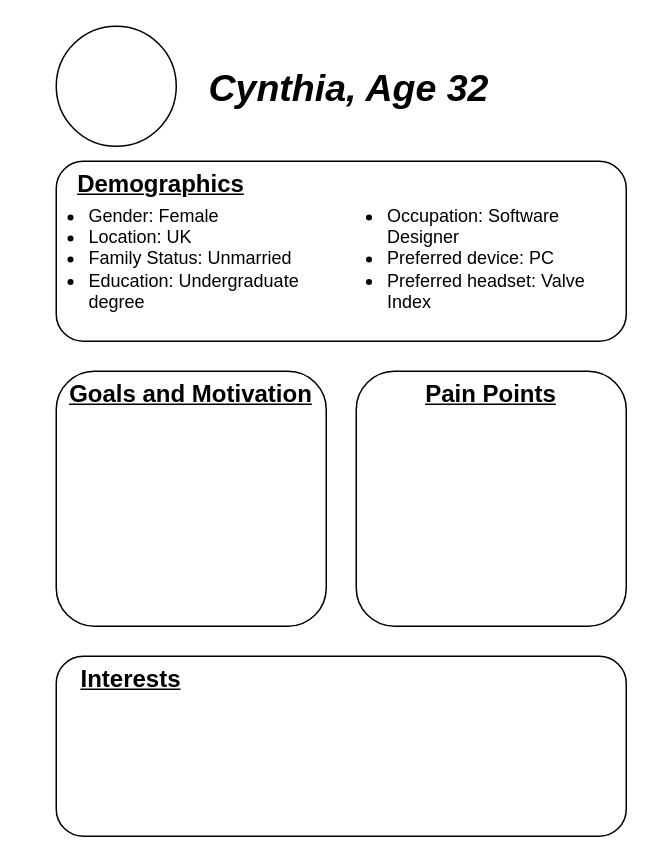
This is Cynthia.drawio from AyOhEe/CSCU9X5-Assignment, a draw.io file, before an edit. Source tidied: cells renumbered, new cells numbered last; positions are measured from the earlier drawing's top-left corner, leaving out a move shared by most shapes. Both pictures are drawn from the tidied source at 150%, with x=0, y=0 at pixel (26, 26).
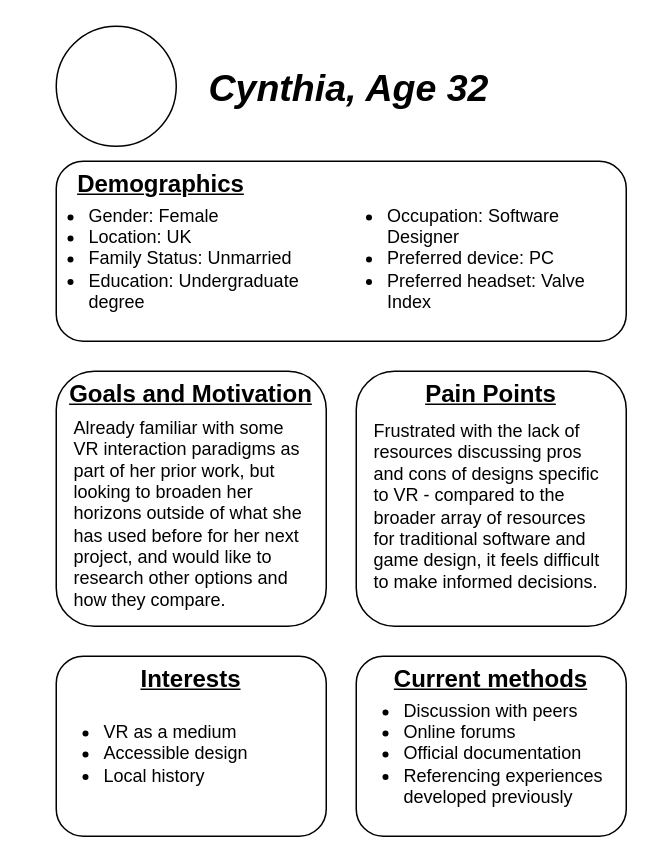
Above is the later version.

Change to the diagram source:
```diff
@@
 <mxGraphModel>
   <root>
     <mxCell id="0" />
     <mxCell id="1" parent="0" />
     <mxCell id="2" style="ellipse;whiteSpace=wrap;html=1;" parent="1" vertex="1">
       <mxGeometry x="20" width="80" height="80" as="geometry" />
     </mxCell>
     <mxCell id="3" value="&lt;font style=&quot;font-size: 25px;&quot;&gt;&lt;i&gt;&lt;b&gt;Cynthia, Age 32&lt;/b&gt;&lt;/i&gt;&lt;/font&gt;" style="text;html=1;whiteSpace=wrap;strokeColor=none;fillColor=none;align=left;verticalAlign=middle;rounded=0;" parent="1" vertex="1">
       <mxGeometry x="120" y="10" width="280" height="60" as="geometry" />
     </mxCell>
     <mxCell id="4" style="rounded=1;whiteSpace=wrap;html=1;" parent="1" vertex="1">
       <mxGeometry x="20" y="90" width="380" height="120" as="geometry" />
     </mxCell>
     <mxCell id="5" value="&lt;font style=&quot;font-size: 16px;&quot;&gt;Demographics&lt;/font&gt;" style="text;html=1;whiteSpace=wrap;strokeColor=none;fillColor=none;align=center;verticalAlign=middle;rounded=0;fontStyle=5;" parent="1" vertex="1">
       <mxGeometry x="30" y="90" width="120" height="30" as="geometry" />
     </mxCell>
     <mxCell id="6" value="&lt;ul&gt;&lt;li&gt;Gender: Female&lt;/li&gt;&lt;li&gt;Location: UK&lt;/li&gt;&lt;li&gt;Family Status: Unmarried&lt;/li&gt;&lt;li&gt;Education: Undergraduate degree&lt;/li&gt;&lt;/ul&gt;" style="text;html=1;whiteSpace=wrap;strokeColor=none;fillColor=none;align=left;verticalAlign=middle;rounded=0;labelPosition=center;verticalLabelPosition=middle;" parent="1" vertex="1">
       <mxGeometry y="120" width="200" height="70" as="geometry" />
     </mxCell>
-    <mxCell id="7" style="rounded=1;whiteSpace=wrap;html=1;" parent="1" vertex="1">
+    <mxCell id="7" style="rounded=1;whiteSpace=wrap;html=1;align=left;" parent="1" vertex="1">
       <mxGeometry x="20" y="230" width="180" height="170" as="geometry" />
     </mxCell>
     <mxCell id="8" style="rounded=1;whiteSpace=wrap;html=1;" parent="1" vertex="1">
       <mxGeometry x="220" y="230" width="180" height="170" as="geometry" />
     </mxCell>
     <mxCell id="9" value="&lt;ul style=&quot;text-align: left;&quot;&gt;&lt;li&gt;Occupation: Software Designer&lt;/li&gt;&lt;li&gt;Preferred device: PC&lt;/li&gt;&lt;li&gt;Preferred headset: Valve Index&lt;/li&gt;&lt;/ul&gt;" style="text;html=1;whiteSpace=wrap;strokeColor=none;fillColor=none;align=center;verticalAlign=middle;rounded=0;" parent="1" vertex="1">
       <mxGeometry x="200" y="120" width="200" height="70" as="geometry" />
     </mxCell>
     <mxCell id="10" value="&lt;font style=&quot;font-size: 16px;&quot;&gt;Goals and Motivation&lt;/font&gt;" style="text;html=1;whiteSpace=wrap;strokeColor=none;fillColor=none;align=center;verticalAlign=middle;rounded=0;fontStyle=5;" parent="1" vertex="1">
       <mxGeometry x="25" y="230" width="170" height="30" as="geometry" />
     </mxCell>
     <mxCell id="11" value="&lt;font style=&quot;font-size: 16px;&quot;&gt;Pain Points&lt;/font&gt;" style="text;html=1;whiteSpace=wrap;strokeColor=none;fillColor=none;align=center;verticalAlign=middle;rounded=0;fontStyle=5;" parent="1" vertex="1">
       <mxGeometry x="225" y="230" width="170" height="30" as="geometry" />
     </mxCell>
-    <mxCell id="12" style="rounded=1;whiteSpace=wrap;html=1;" parent="1" vertex="1">
-      <mxGeometry x="20" y="420" width="380" height="120" as="geometry" />
-    </mxCell>
+    <mxCell id="14" value="&lt;div style=&quot;&quot;&gt;&lt;span style=&quot;background-color: transparent; color: light-dark(rgb(0, 0, 0), rgb(255, 255, 255));&quot;&gt;Already familiar with some VR interaction paradigms as part of her prior work, but looking to broaden her horizons outside of what she has used before for her next project, and would like to research other options and how they compare.&lt;/span&gt;&lt;/div&gt;" style="text;html=1;whiteSpace=wrap;strokeColor=none;fillColor=none;align=left;verticalAlign=middle;rounded=0;" parent="1" vertex="1">
+      <mxGeometry x="30" y="250" width="160" height="150" as="geometry" />
+    </mxCell>
+    <mxCell id="15" value="Frustrated with the lack of resources discussing pros and cons of designs specific to VR - compared to the broader array of resources for traditional software and game design, it feels difficult to make informed decisions." style="text;html=1;whiteSpace=wrap;strokeColor=none;fillColor=none;align=left;verticalAlign=middle;rounded=0;" parent="1" vertex="1">
+      <mxGeometry x="230" y="250" width="160" height="140" as="geometry" />
+    </mxCell>
+    <mxCell id="16" style="rounded=1;whiteSpace=wrap;html=1;" parent="1" vertex="1">
+      <mxGeometry x="20" y="420" width="180" height="120" as="geometry" />
+    </mxCell>
     <mxCell id="13" value="&lt;font style=&quot;font-size: 16px;&quot;&gt;Interests&lt;/font&gt;" style="text;html=1;whiteSpace=wrap;strokeColor=none;fillColor=none;align=center;verticalAlign=middle;rounded=0;fontStyle=5;" parent="1" vertex="1">
-      <mxGeometry x="30" y="420" width="80" height="30" as="geometry" />
+      <mxGeometry x="70" y="420" width="80" height="30" as="geometry" />
     </mxCell>
+    <mxCell id="17" style="rounded=1;whiteSpace=wrap;html=1;" parent="1" vertex="1">
+      <mxGeometry x="220" y="420" width="180" height="120" as="geometry" />
+    </mxCell>
+    <mxCell id="18" value="&lt;font style=&quot;font-size: 16px;&quot;&gt;Current methods&lt;/font&gt;" style="text;html=1;whiteSpace=wrap;strokeColor=none;fillColor=none;align=center;verticalAlign=middle;rounded=0;fontStyle=5;" parent="1" vertex="1">
+      <mxGeometry x="240" y="420" width="140" height="30" as="geometry" />
+    </mxCell>
+    <mxCell id="19" value="&lt;ul&gt;&lt;li&gt;Discussion with peers&lt;/li&gt;&lt;li&gt;Online forums&lt;/li&gt;&lt;li&gt;Official documentation&lt;/li&gt;&lt;li&gt;Referencing experiences developed previously&lt;/li&gt;&lt;/ul&gt;" style="text;html=1;whiteSpace=wrap;strokeColor=none;fillColor=none;align=left;verticalAlign=middle;rounded=0;" parent="1" vertex="1">
+      <mxGeometry x="210" y="440" width="180" height="90" as="geometry" />
+    </mxCell>
+    <mxCell id="20" value="&lt;ul&gt;&lt;li&gt;VR as a medium&lt;/li&gt;&lt;li&gt;Accessible design&lt;/li&gt;&lt;li&gt;Local history&lt;/li&gt;&lt;/ul&gt;" style="text;html=1;whiteSpace=wrap;strokeColor=none;fillColor=none;align=left;verticalAlign=middle;rounded=0;" parent="1" vertex="1">
+      <mxGeometry x="10" y="440" width="180" height="90" as="geometry" />
+    </mxCell>
   </root>
 </mxGraphModel>
```
